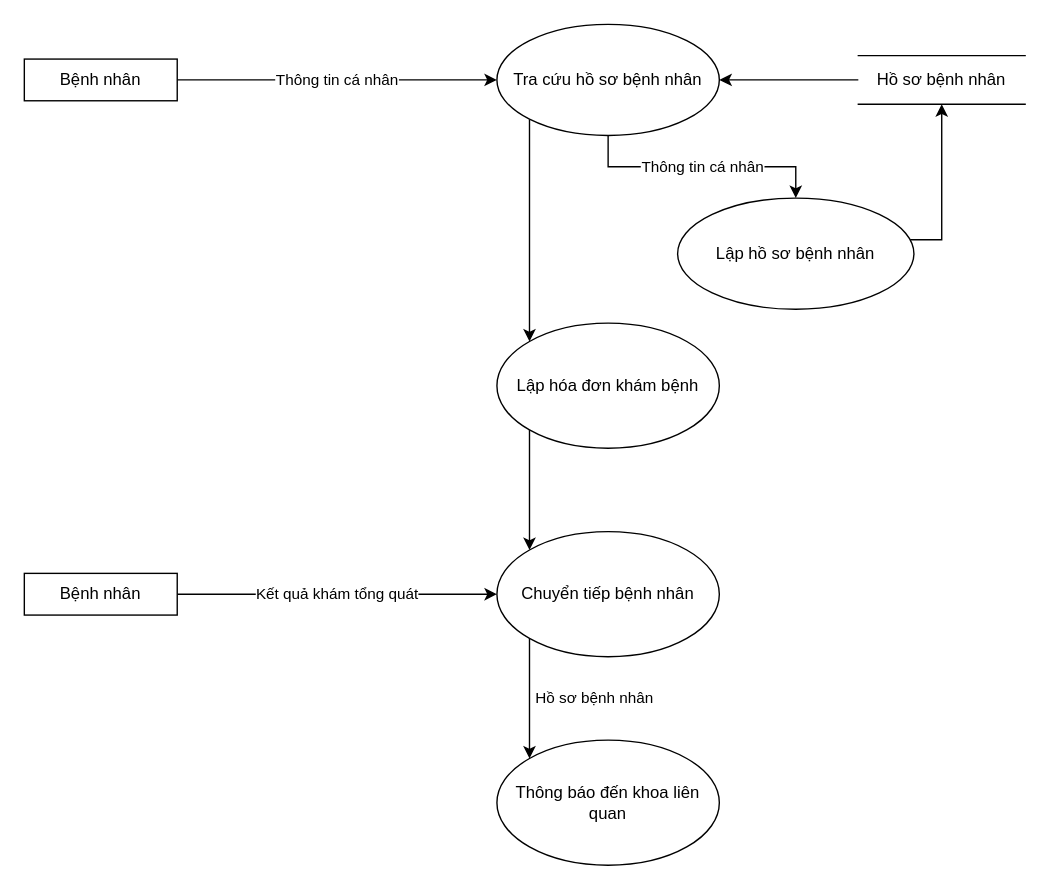
Above: DuoiDinh_TiepDon.drawio in Nhatran241/HTTT (draw.io), before the change. Source tidied: cells renumbered, new cells numbered last; positions are measured from the earlier drawing's top-left corner, leaving out a move shared by most shapes. Both pictures are drawn from the tidied source at 139%, with x=0, y=0 at pixel (24, 24).
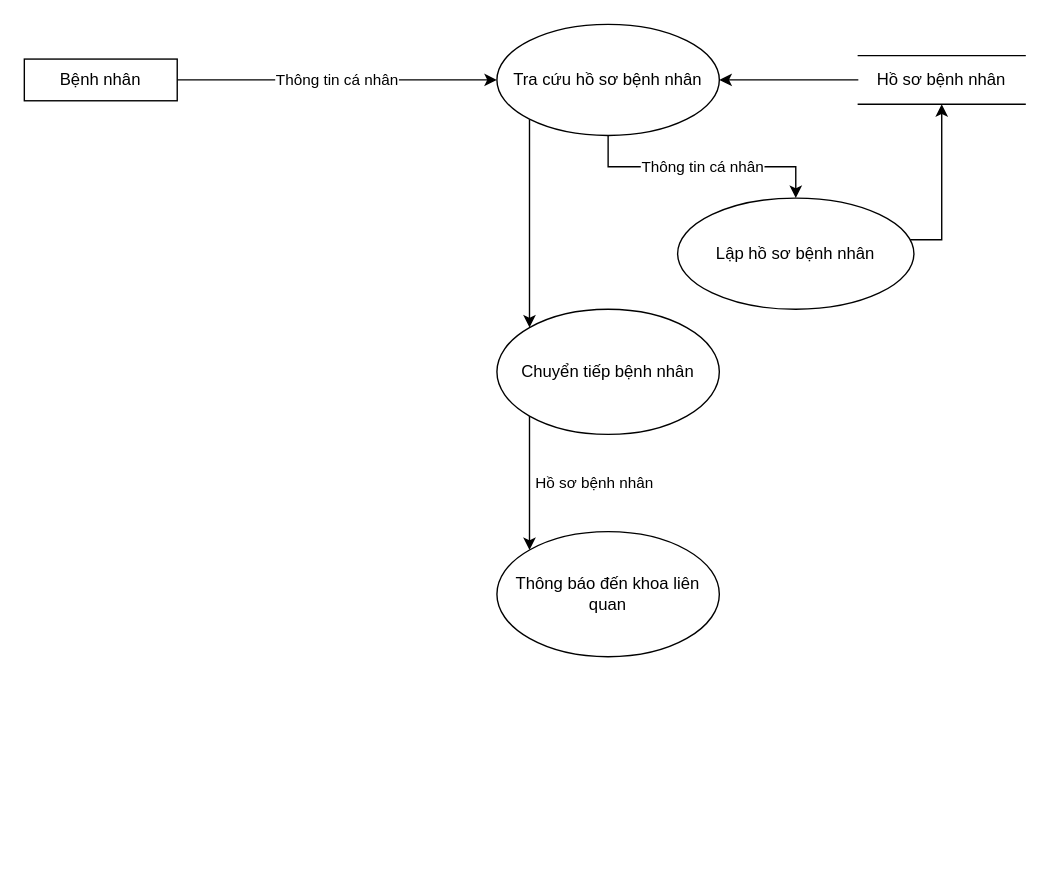
Above is the later version.

Change to the diagram source:
```diff
@@
 <mxGraphModel>
   <root>
     <mxCell id="0" />
     <mxCell id="1" parent="0" />
     <mxCell id="2" value="Thông tin cá nhân" style="edgeStyle=orthogonalEdgeStyle;rounded=0;jettySize=auto;html=1;" parent="1" edge="1" source="3" target="6">
       <mxGeometry relative="1" as="geometry" />
     </mxCell>
     <mxCell id="3" value="Bệnh nhân" style="rounded=0;whiteSpace=wrap;html=1;" parent="1" vertex="1">
       <mxGeometry y="25" width="110" height="30" as="geometry" />
     </mxCell>
     <mxCell id="4" value="Thông tin cá nhân&lt;br&gt;" style="edgeStyle=orthogonalEdgeStyle;rounded=0;jettySize=auto;html=1;" parent="1" edge="1" source="6" target="8">
       <mxGeometry relative="1" as="geometry" />
     </mxCell>
-    <mxCell id="5" style="edgeStyle=orthogonalEdgeStyle;rounded=0;jettySize=auto;html=1;exitX=0;exitY=1;exitDx=0;exitDy=0;entryX=0;entryY=0;entryDx=0;entryDy=0;" parent="1" edge="1" source="6" target="12">
+    <mxCell id="5" style="edgeStyle=orthogonalEdgeStyle;rounded=0;jettySize=auto;html=1;exitX=0;exitY=1;exitDx=0;exitDy=0;entryX=0;entryY=0;entryDx=0;entryDy=0;" parent="1" edge="1" source="6" target="14">
       <mxGeometry relative="1" as="geometry" />
     </mxCell>
     <mxCell id="6" value="Tra cứu hồ sơ bệnh nhân" style="ellipse;whiteSpace=wrap;html=1;" parent="1" vertex="1">
       <mxGeometry x="340" width="160" height="80" as="geometry" />
     </mxCell>
     <mxCell id="7" style="edgeStyle=orthogonalEdgeStyle;rounded=0;jettySize=auto;html=1;entryX=0.5;entryY=1;entryDx=0;entryDy=0;" parent="1" edge="1" source="8" target="10">
       <mxGeometry relative="1" as="geometry">
         <Array as="points">
           <mxPoint x="660" y="155" />
         </Array>
       </mxGeometry>
     </mxCell>
     <mxCell id="8" value="Lập hồ sơ bệnh nhân" style="ellipse;whiteSpace=wrap;html=1;" parent="1" vertex="1">
       <mxGeometry x="470" y="125" width="170" height="80" as="geometry" />
     </mxCell>
     <mxCell id="9" style="edgeStyle=orthogonalEdgeStyle;rounded=0;jettySize=auto;html=1;entryX=1;entryY=0.5;entryDx=0;entryDy=0;" parent="1" edge="1" source="10" target="6">
       <mxGeometry relative="1" as="geometry" />
     </mxCell>
     <mxCell id="10" value="Hồ sơ bệnh nhân" style="shape=partialRectangle;whiteSpace=wrap;html=1;left=0;right=0;fillColor=none;" parent="1" vertex="1">
       <mxGeometry x="600" y="22.5" width="120" height="35" as="geometry" />
     </mxCell>
-    <mxCell id="11" style="edgeStyle=orthogonalEdgeStyle;rounded=0;jettySize=auto;html=1;exitX=0;exitY=1;exitDx=0;exitDy=0;entryX=0;entryY=0;entryDx=0;entryDy=0;" parent="1" edge="1" source="12" target="14">
-      <mxGeometry relative="1" as="geometry" />
-    </mxCell>
-    <mxCell id="12" value="Lập hóa đơn khám bệnh" style="ellipse;whiteSpace=wrap;html=1;" parent="1" vertex="1">
-      <mxGeometry x="340" y="215" width="160" height="90" as="geometry" />
-    </mxCell>
     <mxCell id="13" value="Hồ sơ bệnh nhân" style="edgeStyle=orthogonalEdgeStyle;rounded=0;jettySize=auto;html=1;exitX=0;exitY=1;exitDx=0;exitDy=0;entryX=0;entryY=0;entryDx=0;entryDy=0;" parent="1" edge="1" source="14" target="17">
       <mxGeometry y="47" relative="1" as="geometry" />
     </mxCell>
     <mxCell id="14" value="Chuyển tiếp bệnh nhân" style="ellipse;whiteSpace=wrap;html=1;" parent="1" vertex="1">
-      <mxGeometry x="340" y="365" width="160" height="90" as="geometry" />
+      <mxGeometry x="340" y="205" width="160" height="90" as="geometry" />
     </mxCell>
-    <mxCell id="15" value="Kết quả khám tổng quát" style="edgeStyle=orthogonalEdgeStyle;rounded=0;jettySize=auto;html=1;" parent="1" edge="1" source="16" target="14">
-      <mxGeometry relative="1" as="geometry" />
-    </mxCell>
-    <mxCell id="16" value="Bệnh nhân" style="rounded=0;whiteSpace=wrap;html=1;" parent="1" vertex="1">
-      <mxGeometry y="395" width="110" height="30" as="geometry" />
-    </mxCell>
     <mxCell id="17" value="Thông báo đến khoa liên quan" style="ellipse;whiteSpace=wrap;html=1;" parent="1" vertex="1">
-      <mxGeometry x="340" y="515" width="160" height="90" as="geometry" />
+      <mxGeometry x="340" y="365" width="160" height="90" as="geometry" />
     </mxCell>
   </root>
 </mxGraphModel>
```
